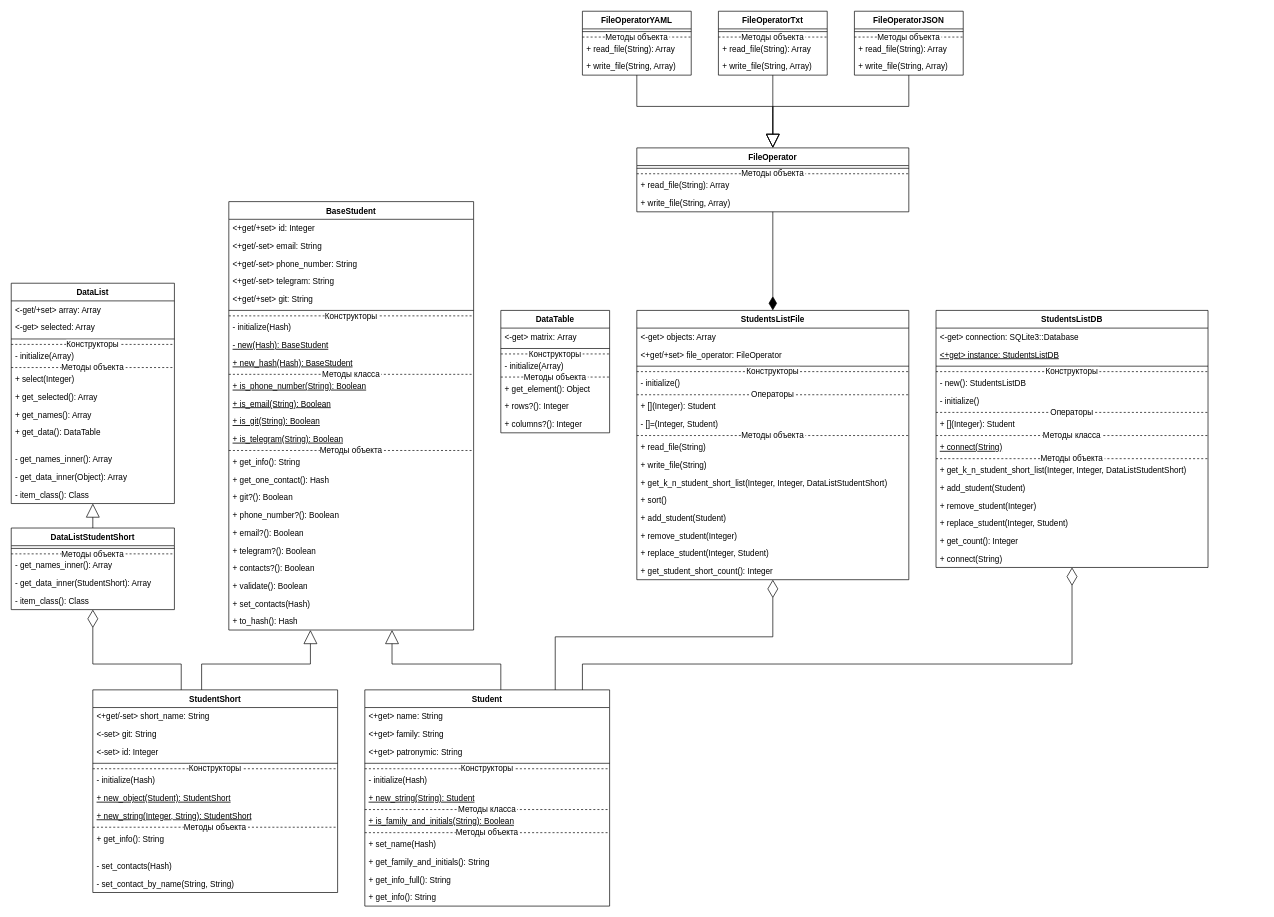
Above: StudentProject/docs/ClassDiagram.drawio in KirSaxhlil/PatternLabs (draw.io), before the change. Source tidied: cells renumbered, new cells numbered last; positions are measured from the earlier drawing's top-left corner, leaving out a move shared by most shapes. Both pictures are drawn from the tidied source at 68%, with x=0, y=0 at pixel (11, 11).
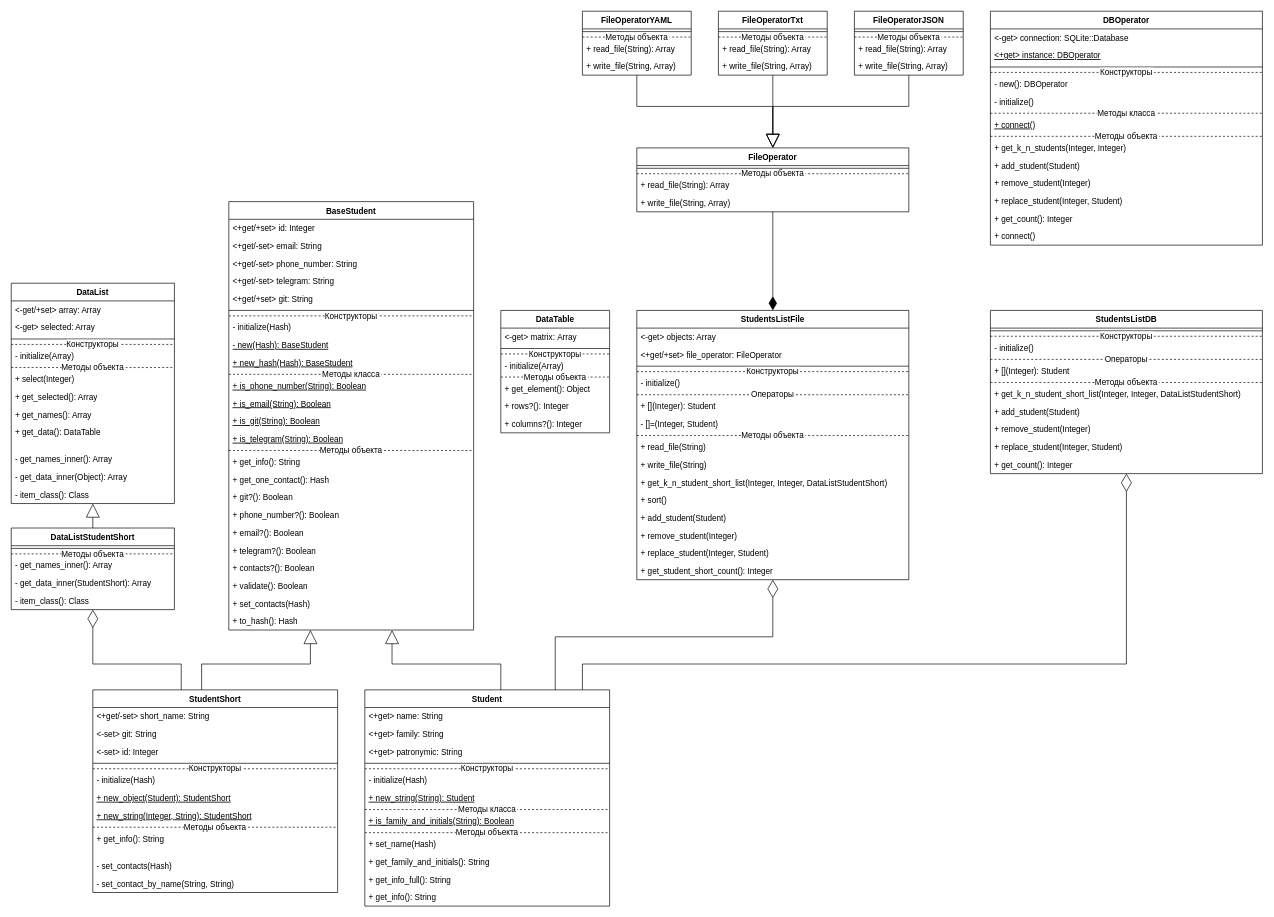
The same page after the edit.

Commit message (it also covers changes not shown here):
Лаб.3 Здч.1-9 Выделен DBOperator

Unchanged cells that the change refers to:
```xml
<mxCell id="2" value="Student" style="swimlane;fontStyle=1;align=center;verticalAlign=top;horizontal=1;startSize=26;fillColor=default;swimlaneFillColor=default;" parent="1" vertex="1">
  <mxGeometry x="520" y="998" width="360" height="318" as="geometry" />
</mxCell>
```

What changed in the source:
```diff
@@
     <mxCell id="135" value="StudentsListDB" style="swimlane;fontStyle=1;align=center;verticalAlign=top;horizontal=1;startSize=26;strokeWidth=1;swimlaneFillColor=default;" parent="1" vertex="1">
-      <mxGeometry x="1360" y="440" width="400" height="378" as="geometry" />
+      <mxGeometry x="1440" y="440" width="400" height="240" as="geometry" />
     </mxCell>
-    <mxCell id="136" value="&lt;-get&gt; connection: SQLite3::Database" style="text;strokeColor=none;fillColor=none;align=left;verticalAlign=top;spacingLeft=4;spacingRight=4;overflow=hidden;dashed=1;strokeWidth=1;" parent="135" vertex="1">
-      <mxGeometry y="26" width="400" height="26" as="geometry" />
-    </mxCell>
-    <mxCell id="137" value="&lt;+get&gt; instance: StudentsListDB" style="text;strokeColor=none;fillColor=none;align=left;verticalAlign=top;spacingLeft=4;spacingRight=4;overflow=hidden;dashed=1;strokeWidth=1;fontStyle=4;" parent="135" vertex="1">
-      <mxGeometry y="52" width="400" height="26" as="geometry" />
-    </mxCell>
     <mxCell id="138" style="line;strokeWidth=1;fillColor=none;align=left;verticalAlign=middle;spacingTop=-1;spacingLeft=3;spacingRight=3;labelPosition=right;strokeColor=inherit;" parent="135" vertex="1">
-      <mxGeometry y="78" width="400" height="8" as="geometry" />
+      <mxGeometry y="26" width="400" height="8" as="geometry" />
     </mxCell>
     <mxCell id="139" value="Конструкторы" style="line;strokeWidth=1;fillColor=none;align=center;verticalAlign=middle;spacingTop=-1;spacingLeft=3;spacingRight=3;labelPosition=center;strokeColor=inherit;dashed=1;verticalLabelPosition=middle;" parent="135" vertex="1">
-      <mxGeometry y="86" width="400" height="8" as="geometry" />
+      <mxGeometry y="34" width="400" height="8" as="geometry" />
     </mxCell>
-    <mxCell id="140" value="- new(): StudentsListDB" style="text;strokeColor=none;fillColor=none;align=left;verticalAlign=top;spacingLeft=4;spacingRight=4;overflow=hidden;dashed=1;strokeWidth=1;" parent="135" vertex="1">
-      <mxGeometry y="94" width="400" height="26" as="geometry" />
-    </mxCell>
     <mxCell id="141" value="- initialize()" style="text;strokeColor=none;fillColor=none;align=left;verticalAlign=top;spacingLeft=4;spacingRight=4;overflow=hidden;dashed=1;strokeWidth=1;" parent="135" vertex="1">
-      <mxGeometry y="120" width="400" height="26" as="geometry" />
+      <mxGeometry y="42" width="400" height="26" as="geometry" />
     </mxCell>
     <mxCell id="142" value="Операторы" style="line;strokeWidth=1;fillColor=none;align=center;verticalAlign=middle;spacingTop=-1;spacingLeft=3;spacingRight=3;labelPosition=center;strokeColor=inherit;dashed=1;verticalLabelPosition=middle;" parent="135" vertex="1">
-      <mxGeometry y="146" width="400" height="8" as="geometry" />
+      <mxGeometry y="68" width="400" height="8" as="geometry" />
     </mxCell>
     <mxCell id="143" value="+ [](Integer): Student" style="text;strokeColor=none;fillColor=none;align=left;verticalAlign=top;spacingLeft=4;spacingRight=4;overflow=hidden;dashed=1;strokeWidth=1;" parent="135" vertex="1">
-      <mxGeometry y="154" width="400" height="26" as="geometry" />
+      <mxGeometry y="76" width="400" height="26" as="geometry" />
     </mxCell>
-    <mxCell id="144" value="Методы класса" style="line;strokeWidth=1;fillColor=none;align=center;verticalAlign=middle;spacingTop=-1;spacingLeft=3;spacingRight=3;labelPosition=center;strokeColor=inherit;dashed=1;verticalLabelPosition=middle;" parent="135" vertex="1">
-      <mxGeometry y="180" width="400" height="8" as="geometry" />
-    </mxCell>
-    <mxCell id="145" value="+ connect(String)" style="text;strokeColor=none;fillColor=none;align=left;verticalAlign=top;spacingLeft=4;spacingRight=4;overflow=hidden;dashed=1;strokeWidth=1;fontStyle=4;" parent="135" vertex="1">
-      <mxGeometry y="188" width="400" height="26" as="geometry" />
-    </mxCell>
     <mxCell id="146" value="Методы объекта" style="line;strokeWidth=1;fillColor=none;align=center;verticalAlign=middle;spacingTop=-1;spacingLeft=3;spacingRight=3;labelPosition=center;strokeColor=inherit;dashed=1;verticalLabelPosition=middle;" parent="135" vertex="1">
-      <mxGeometry y="214" width="400" height="8" as="geometry" />
+      <mxGeometry y="102" width="400" height="8" as="geometry" />
     </mxCell>
     <mxCell id="147" value="+ get_k_n_student_short_list(Integer, Integer, DataListStudentShort)" style="text;strokeColor=none;fillColor=none;align=left;verticalAlign=top;spacingLeft=4;spacingRight=4;overflow=hidden;dashed=1;strokeWidth=1;" parent="135" vertex="1">
-      <mxGeometry y="222" width="400" height="26" as="geometry" />
+      <mxGeometry y="110" width="400" height="26" as="geometry" />
     </mxCell>
     <mxCell id="148" value="+ add_student(Student)" style="text;strokeColor=none;fillColor=none;align=left;verticalAlign=top;spacingLeft=4;spacingRight=4;overflow=hidden;dashed=1;strokeWidth=1;" parent="135" vertex="1">
-      <mxGeometry y="248" width="400" height="26" as="geometry" />
+      <mxGeometry y="136" width="400" height="26" as="geometry" />
     </mxCell>
     <mxCell id="149" value="+ remove_student(Integer)" style="text;strokeColor=none;fillColor=none;align=left;verticalAlign=top;spacingLeft=4;spacingRight=4;overflow=hidden;dashed=1;strokeWidth=1;" parent="135" vertex="1">
-      <mxGeometry y="274" width="400" height="26" as="geometry" />
+      <mxGeometry y="162" width="400" height="26" as="geometry" />
     </mxCell>
     <mxCell id="150" value="+ replace_student(Integer, Student)" style="text;strokeColor=none;fillColor=none;align=left;verticalAlign=top;spacingLeft=4;spacingRight=4;overflow=hidden;dashed=1;strokeWidth=1;" parent="135" vertex="1">
-      <mxGeometry y="300" width="400" height="26" as="geometry" />
+      <mxGeometry y="188" width="400" height="26" as="geometry" />
     </mxCell>
     <mxCell id="151" value="+ get_count(): Integer" style="text;strokeColor=none;fillColor=none;align=left;verticalAlign=top;spacingLeft=4;spacingRight=4;overflow=hidden;dashed=1;strokeWidth=1;" parent="135" vertex="1">
-      <mxGeometry y="326" width="400" height="26" as="geometry" />
+      <mxGeometry y="214" width="400" height="26" as="geometry" />
     </mxCell>
-    <mxCell id="152" value="+ connect(String)" style="text;strokeColor=none;fillColor=none;align=left;verticalAlign=top;spacingLeft=4;spacingRight=4;overflow=hidden;dashed=1;strokeWidth=1;" parent="135" vertex="1">
-      <mxGeometry y="352" width="400" height="26" as="geometry" />
-    </mxCell>
     <mxCell id="153" style="endArrow=diamondThin;endFill=0;endSize=24;html=1;rounded=0;edgeStyle=orthogonalEdgeStyle;" parent="1" edge="1" source="2" target="135">
       <mxGeometry relative="1" as="geometry">
         <Array as="points">
           <mxPoint x="840" y="960" />
-          <mxPoint x="1560" y="960" />
+          <mxPoint x="1640" y="960" />
         </Array>
       </mxGeometry>
     </mxCell>
+    <mxCell id="154" value="DBOperator" style="swimlane;fontStyle=1;align=center;verticalAlign=top;horizontal=1;startSize=26;strokeWidth=1;swimlaneFillColor=default;" parent="1" vertex="1">
+      <mxGeometry x="1440" width="400" height="344" as="geometry" />
+    </mxCell>
+    <mxCell id="155" value="&lt;-get&gt; connection: SQLite::Database" style="text;strokeColor=none;fillColor=none;align=left;verticalAlign=top;spacingLeft=4;spacingRight=4;overflow=hidden;dashed=1;strokeWidth=1;" parent="154" vertex="1">
+      <mxGeometry y="26" width="400" height="26" as="geometry" />
+    </mxCell>
+    <mxCell id="156" value="&lt;+get&gt; instance: DBOperator" style="text;strokeColor=none;fillColor=none;align=left;verticalAlign=top;spacingLeft=4;spacingRight=4;overflow=hidden;dashed=1;strokeWidth=1;fontStyle=4;" parent="154" vertex="1">
+      <mxGeometry y="52" width="400" height="26" as="geometry" />
+    </mxCell>
+    <mxCell id="157" style="line;strokeWidth=1;fillColor=none;align=left;verticalAlign=middle;spacingTop=-1;spacingLeft=3;spacingRight=3;labelPosition=right;strokeColor=inherit;" parent="154" vertex="1">
+      <mxGeometry y="78" width="400" height="8" as="geometry" />
+    </mxCell>
+    <mxCell id="158" value="Конструкторы" style="line;strokeWidth=1;fillColor=none;align=center;verticalAlign=middle;spacingTop=-1;spacingLeft=3;spacingRight=3;labelPosition=center;strokeColor=inherit;dashed=1;verticalLabelPosition=middle;" parent="154" vertex="1">
+      <mxGeometry y="86" width="400" height="8" as="geometry" />
+    </mxCell>
+    <mxCell id="159" value="- new(): DBOperator" style="text;strokeColor=none;fillColor=none;align=left;verticalAlign=top;spacingLeft=4;spacingRight=4;overflow=hidden;dashed=1;strokeWidth=1;" parent="154" vertex="1">
+      <mxGeometry y="94" width="400" height="26" as="geometry" />
+    </mxCell>
+    <mxCell id="160" value="- initialize()" style="text;strokeColor=none;fillColor=none;align=left;verticalAlign=top;spacingLeft=4;spacingRight=4;overflow=hidden;dashed=1;strokeWidth=1;" parent="154" vertex="1">
+      <mxGeometry y="120" width="400" height="26" as="geometry" />
+    </mxCell>
+    <mxCell id="144" value="Методы класса" style="line;strokeWidth=1;fillColor=none;align=center;verticalAlign=middle;spacingTop=-1;spacingLeft=3;spacingRight=3;labelPosition=center;strokeColor=inherit;dashed=1;verticalLabelPosition=middle;" parent="154" vertex="1">
+      <mxGeometry y="146" width="400" height="8" as="geometry" />
+    </mxCell>
+    <mxCell id="161" value="+ connect()" style="text;strokeColor=none;fillColor=none;align=left;verticalAlign=top;spacingLeft=4;spacingRight=4;overflow=hidden;dashed=1;strokeWidth=1;fontStyle=4;" parent="154" vertex="1">
+      <mxGeometry y="154" width="400" height="26" as="geometry" />
+    </mxCell>
+    <mxCell id="162" value="Методы объекта" style="line;strokeWidth=1;fillColor=none;align=center;verticalAlign=middle;spacingTop=-1;spacingLeft=3;spacingRight=3;labelPosition=center;strokeColor=inherit;dashed=1;verticalLabelPosition=middle;" parent="154" vertex="1">
+      <mxGeometry y="180" width="400" height="8" as="geometry" />
+    </mxCell>
+    <mxCell id="163" value="+ get_k_n_students(Integer, Integer)" style="text;strokeColor=none;fillColor=none;align=left;verticalAlign=top;spacingLeft=4;spacingRight=4;overflow=hidden;dashed=1;strokeWidth=1;" parent="154" vertex="1">
+      <mxGeometry y="188" width="400" height="26" as="geometry" />
+    </mxCell>
+    <mxCell id="164" value="+ add_student(Student)" style="text;strokeColor=none;fillColor=none;align=left;verticalAlign=top;spacingLeft=4;spacingRight=4;overflow=hidden;dashed=1;strokeWidth=1;" parent="154" vertex="1">
+      <mxGeometry y="214" width="400" height="26" as="geometry" />
+    </mxCell>
+    <mxCell id="165" value="+ remove_student(Integer)" style="text;strokeColor=none;fillColor=none;align=left;verticalAlign=top;spacingLeft=4;spacingRight=4;overflow=hidden;dashed=1;strokeWidth=1;" parent="154" vertex="1">
+      <mxGeometry y="240" width="400" height="26" as="geometry" />
+    </mxCell>
+    <mxCell id="166" value="+ replace_student(Integer, Student)" style="text;strokeColor=none;fillColor=none;align=left;verticalAlign=top;spacingLeft=4;spacingRight=4;overflow=hidden;dashed=1;strokeWidth=1;" parent="154" vertex="1">
+      <mxGeometry y="266" width="400" height="26" as="geometry" />
+    </mxCell>
+    <mxCell id="167" value="+ get_count(): Integer" style="text;strokeColor=none;fillColor=none;align=left;verticalAlign=top;spacingLeft=4;spacingRight=4;overflow=hidden;dashed=1;strokeWidth=1;" parent="154" vertex="1">
+      <mxGeometry y="292" width="400" height="26" as="geometry" />
+    </mxCell>
+    <mxCell id="168" value="+ connect()" style="text;strokeColor=none;fillColor=none;align=left;verticalAlign=top;spacingLeft=4;spacingRight=4;overflow=hidden;dashed=1;strokeWidth=1;" parent="154" vertex="1">
+      <mxGeometry y="318" width="400" height="26" as="geometry" />
+    </mxCell>
```
